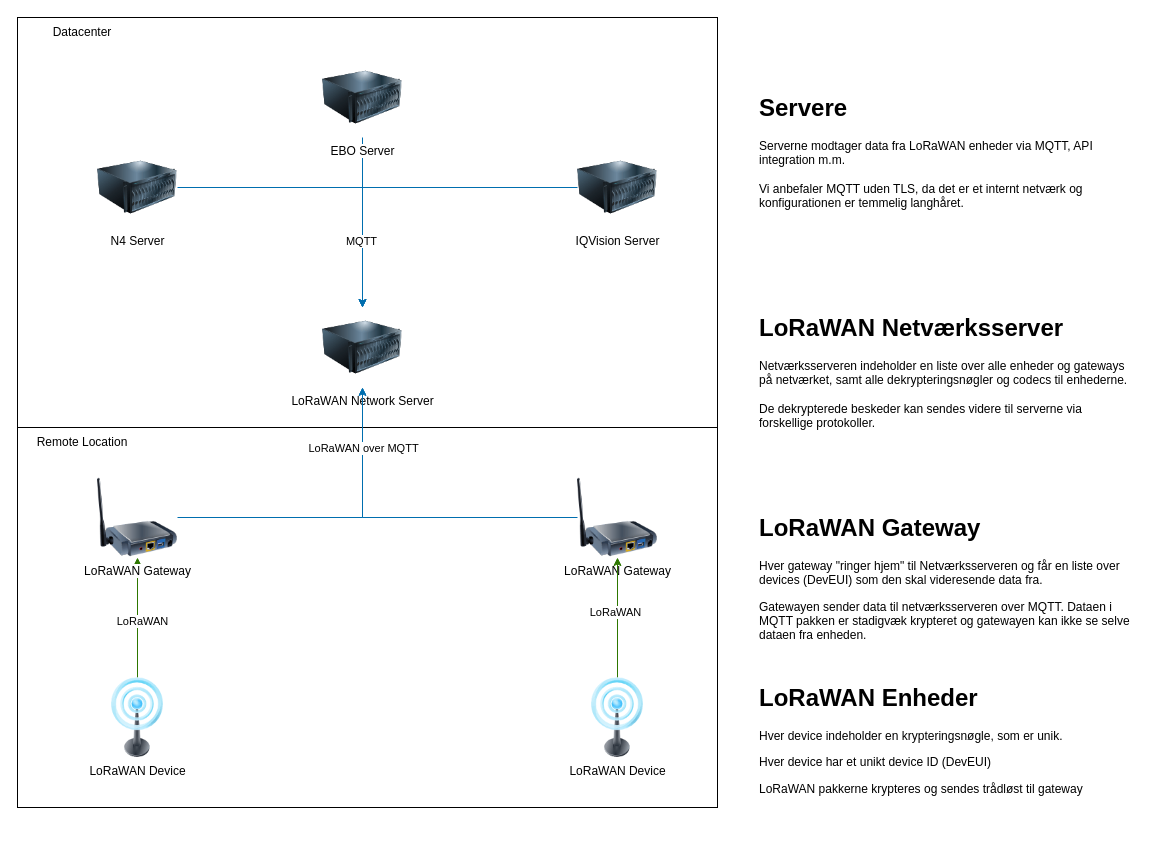
The draw.io diagram LoRaWAN netværkstegning.drawio in BombayNitefrog/LoRa, before the edit. Source tidied: cells renumbered, new cells numbered last; positions are measured from the earlier drawing's top-left corner, leaving out a move shared by most shapes. Both pictures are drawn from the tidied source at 100%, with x=0, y=0 at pixel (17, 17).
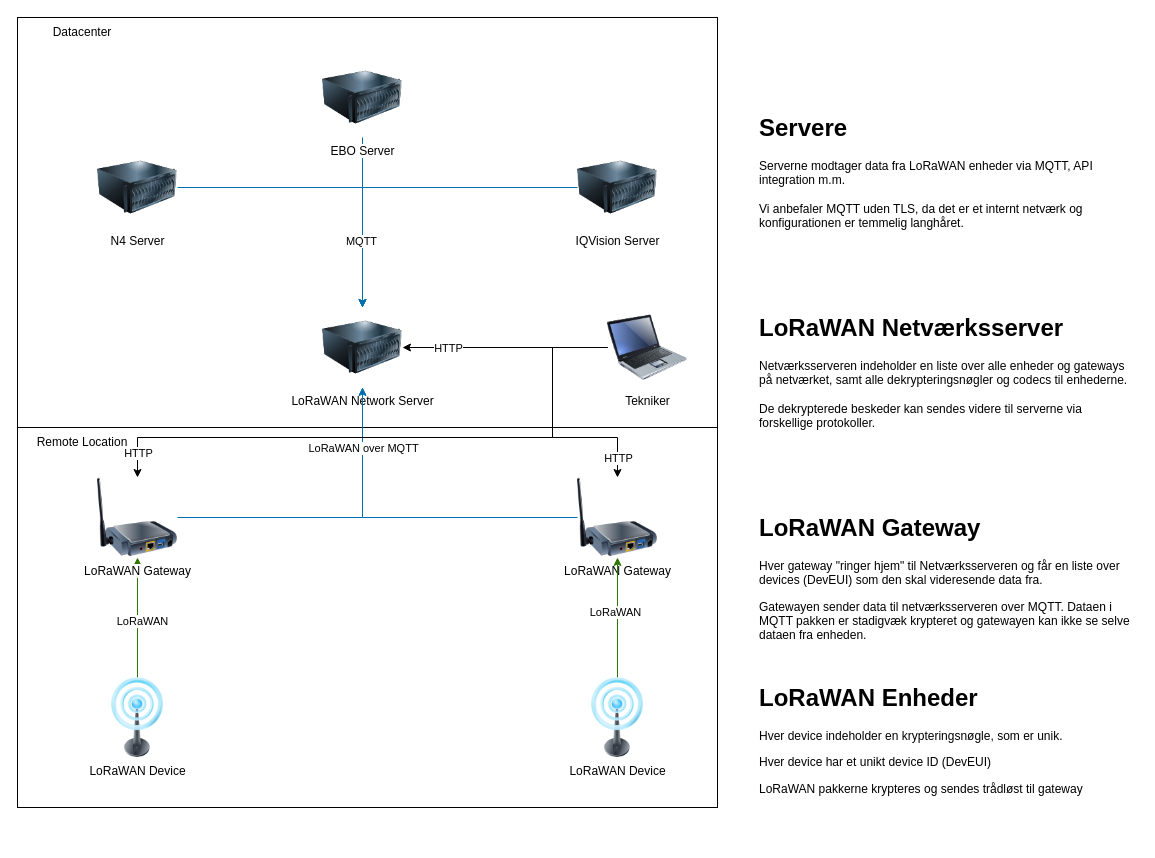
Above is the later version.

The change refers to these unchanged cells:
```xml
<mxCell id="8" value="LoRaWAN Gateway" style="image;html=1;image=img/lib/clip_art/networking/Print_Server_Wireless_128x128.png;" parent="1" vertex="1">
  <mxGeometry x="80" y="460" width="80" height="80" as="geometry" />
</mxCell>
<mxCell id="9" value="LoRaWAN Network Server" style="image;html=1;image=img/lib/clip_art/computers/Server_128x128.png;" parent="1" vertex="1">
  <mxGeometry x="305" y="290" width="80" height="80" as="geometry" />
</mxCell>
```

The edit, as a diff of the source:
```diff
@@
     <mxCell id="23" value="&lt;h1 style=&quot;margin-top: 0px;&quot;&gt;LoRaWAN Enheder&lt;/h1&gt;&lt;p&gt;Hver device indeholder en krypteringsnøgle, som er unik.&amp;nbsp;&lt;/p&gt;&lt;p&gt;Hver device har et unikt device ID (DevEUI)&lt;/p&gt;&lt;p&gt;LoRaWAN pakkerne krypteres og sendes trådløst til gateway&lt;/p&gt;" style="text;html=1;whiteSpace=wrap;overflow=hidden;rounded=0;" parent="1" vertex="1">
-      <mxGeometry x="740" y="660" width="380" height="160" as="geometry" />
+      <mxGeometry x="740" y="660" width="380" height="130" as="geometry" />
     </mxCell>
@@
     <mxCell id="26" value="&lt;h1 style=&quot;margin-top: 0px;&quot;&gt;Servere&lt;/h1&gt;&lt;div&gt;Serverne modtager data fra LoRaWAN enheder via MQTT, API integration m.m.&lt;/div&gt;&lt;div&gt;&lt;br&gt;&lt;/div&gt;&lt;div&gt;Vi anbefaler MQTT uden TLS, da det er et internt netværk og konfigurationen er temmelig langhåret.&lt;/div&gt;" style="text;html=1;whiteSpace=wrap;overflow=hidden;rounded=0;" parent="1" vertex="1">
-      <mxGeometry x="740" y="70" width="380" height="170" as="geometry" />
+      <mxGeometry x="740" y="90" width="380" height="140" as="geometry" />
     </mxCell>
@@
+    <mxCell id="29" style="edgeStyle=orthogonalEdgeStyle;rounded=0;jettySize=auto;html=1;" parent="1" edge="1" source="35" target="9">
+      <mxGeometry relative="1" as="geometry" />
+    </mxCell>
+    <mxCell id="30" value="HTTP" style="edgeLabel;html=1;align=center;verticalAlign=middle;" parent="29" vertex="1">
+      <mxGeometry x="-0.23" y="-1" relative="1" as="geometry">
+        <mxPoint x="-81" y="1" as="offset" />
+      </mxGeometry>
+    </mxCell>
+    <mxCell id="31" style="edgeStyle=orthogonalEdgeStyle;rounded=0;jettySize=auto;html=1;" parent="1" edge="1" source="35">
+      <mxGeometry relative="1" as="geometry">
+        <mxPoint x="600" y="460" as="targetPoint" />
+        <Array as="points">
+          <mxPoint x="535" y="420" />
+          <mxPoint x="600" y="420" />
+        </Array>
+      </mxGeometry>
+    </mxCell>
+    <mxCell id="32" value="HTTP" style="edgeLabel;html=1;align=center;verticalAlign=middle;" parent="31" vertex="1">
+      <mxGeometry x="0.67" y="2" relative="1" as="geometry">
+        <mxPoint x="1" y="22" as="offset" />
+      </mxGeometry>
+    </mxCell>
+    <mxCell id="33" style="edgeStyle=orthogonalEdgeStyle;rounded=0;jettySize=auto;html=1;" parent="1" edge="1" source="35" target="8">
+      <mxGeometry relative="1" as="geometry">
+        <Array as="points">
+          <mxPoint x="535" y="420" />
+          <mxPoint x="120" y="420" />
+        </Array>
+      </mxGeometry>
+    </mxCell>
+    <mxCell id="34" value="HTTP" style="edgeLabel;html=1;align=center;verticalAlign=middle;" parent="33" vertex="1">
+      <mxGeometry x="0.93" relative="1" as="geometry">
+        <mxPoint y="-4" as="offset" />
+      </mxGeometry>
+    </mxCell>
+    <mxCell id="35" value="Tekniker" style="image;html=1;image=img/lib/clip_art/computers/Laptop_128x128.png;" parent="1" vertex="1">
+      <mxGeometry x="590" y="290" width="80" height="80" as="geometry" />
+    </mxCell>
```
